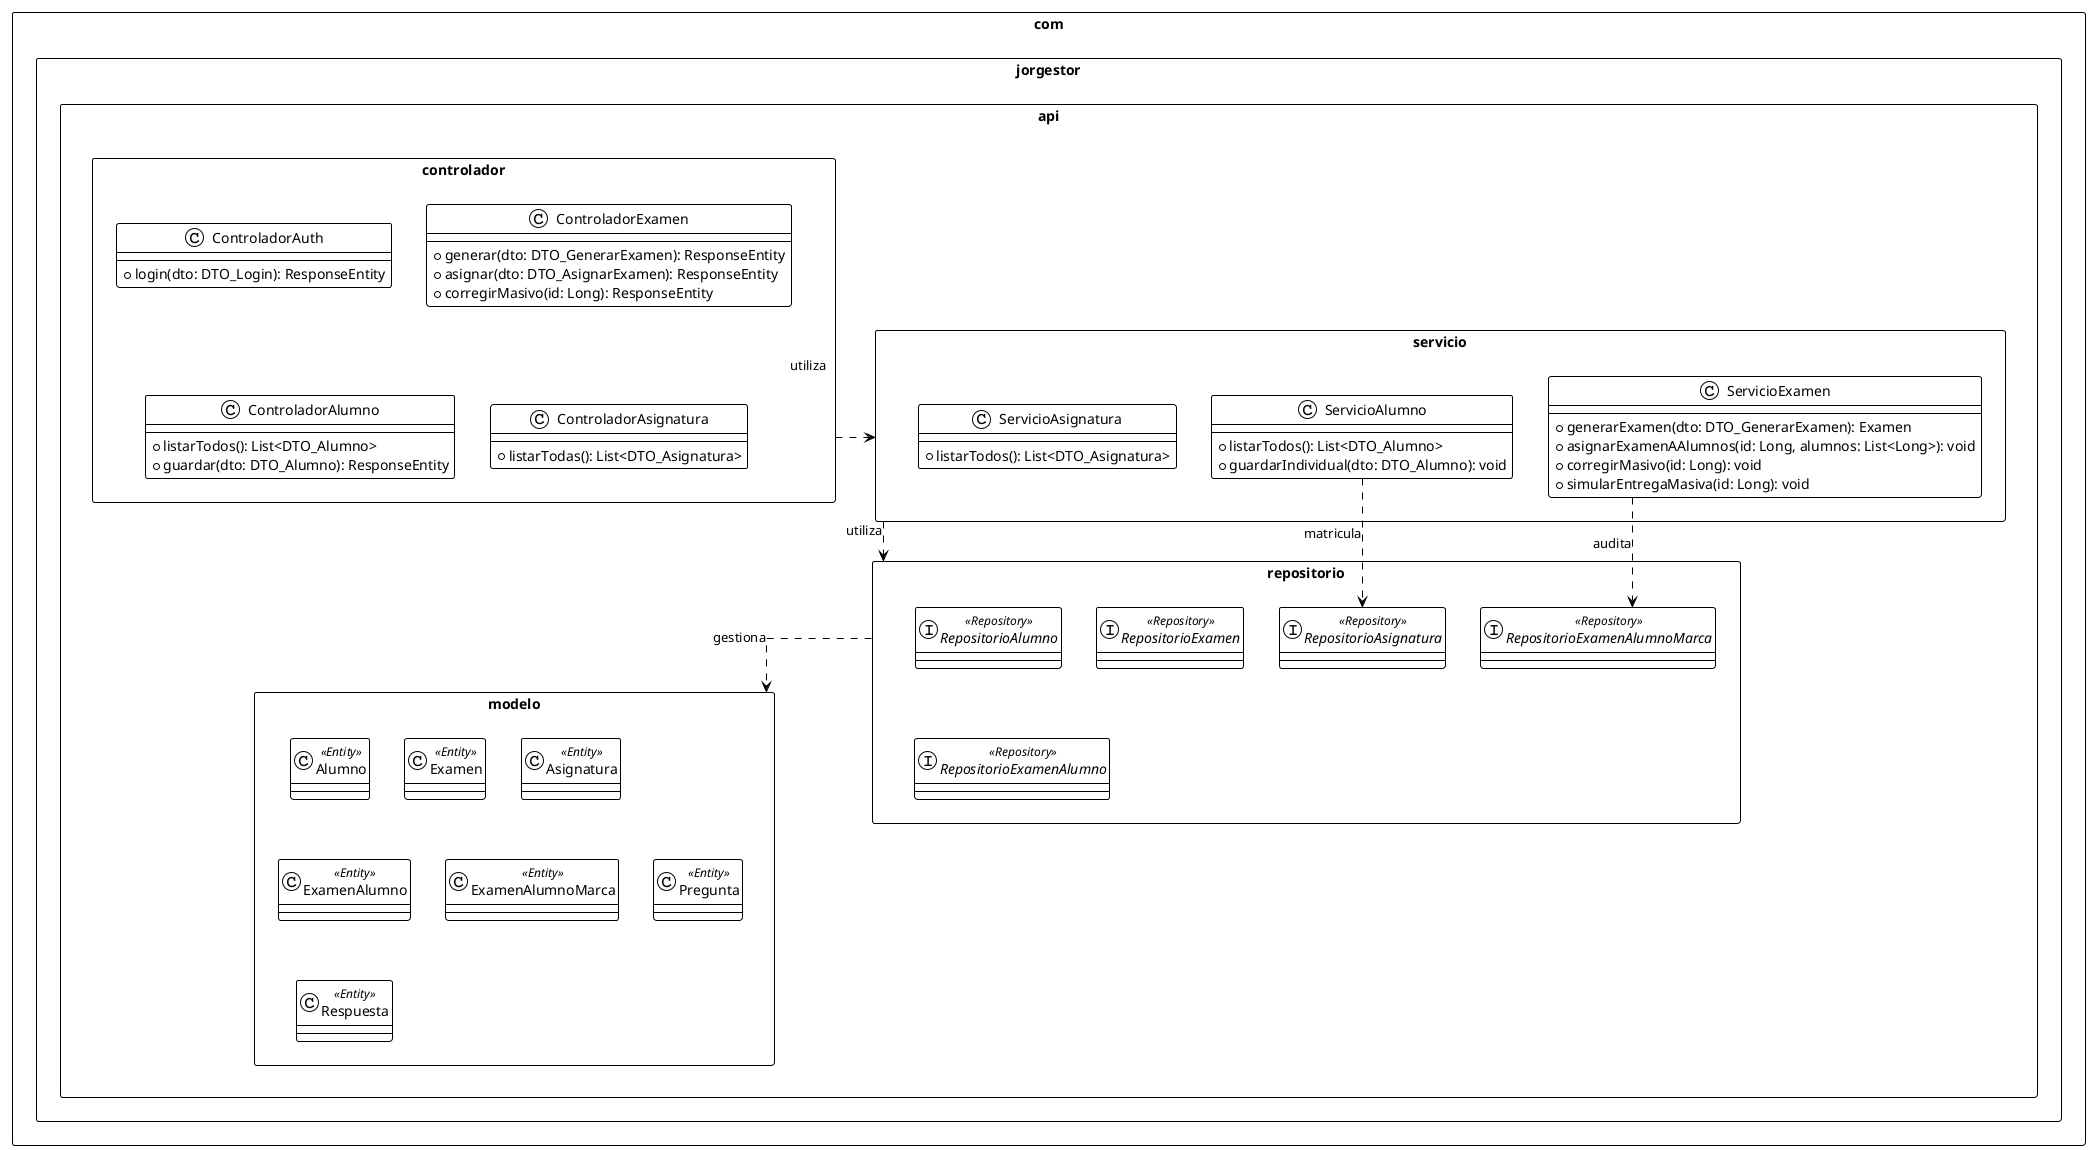
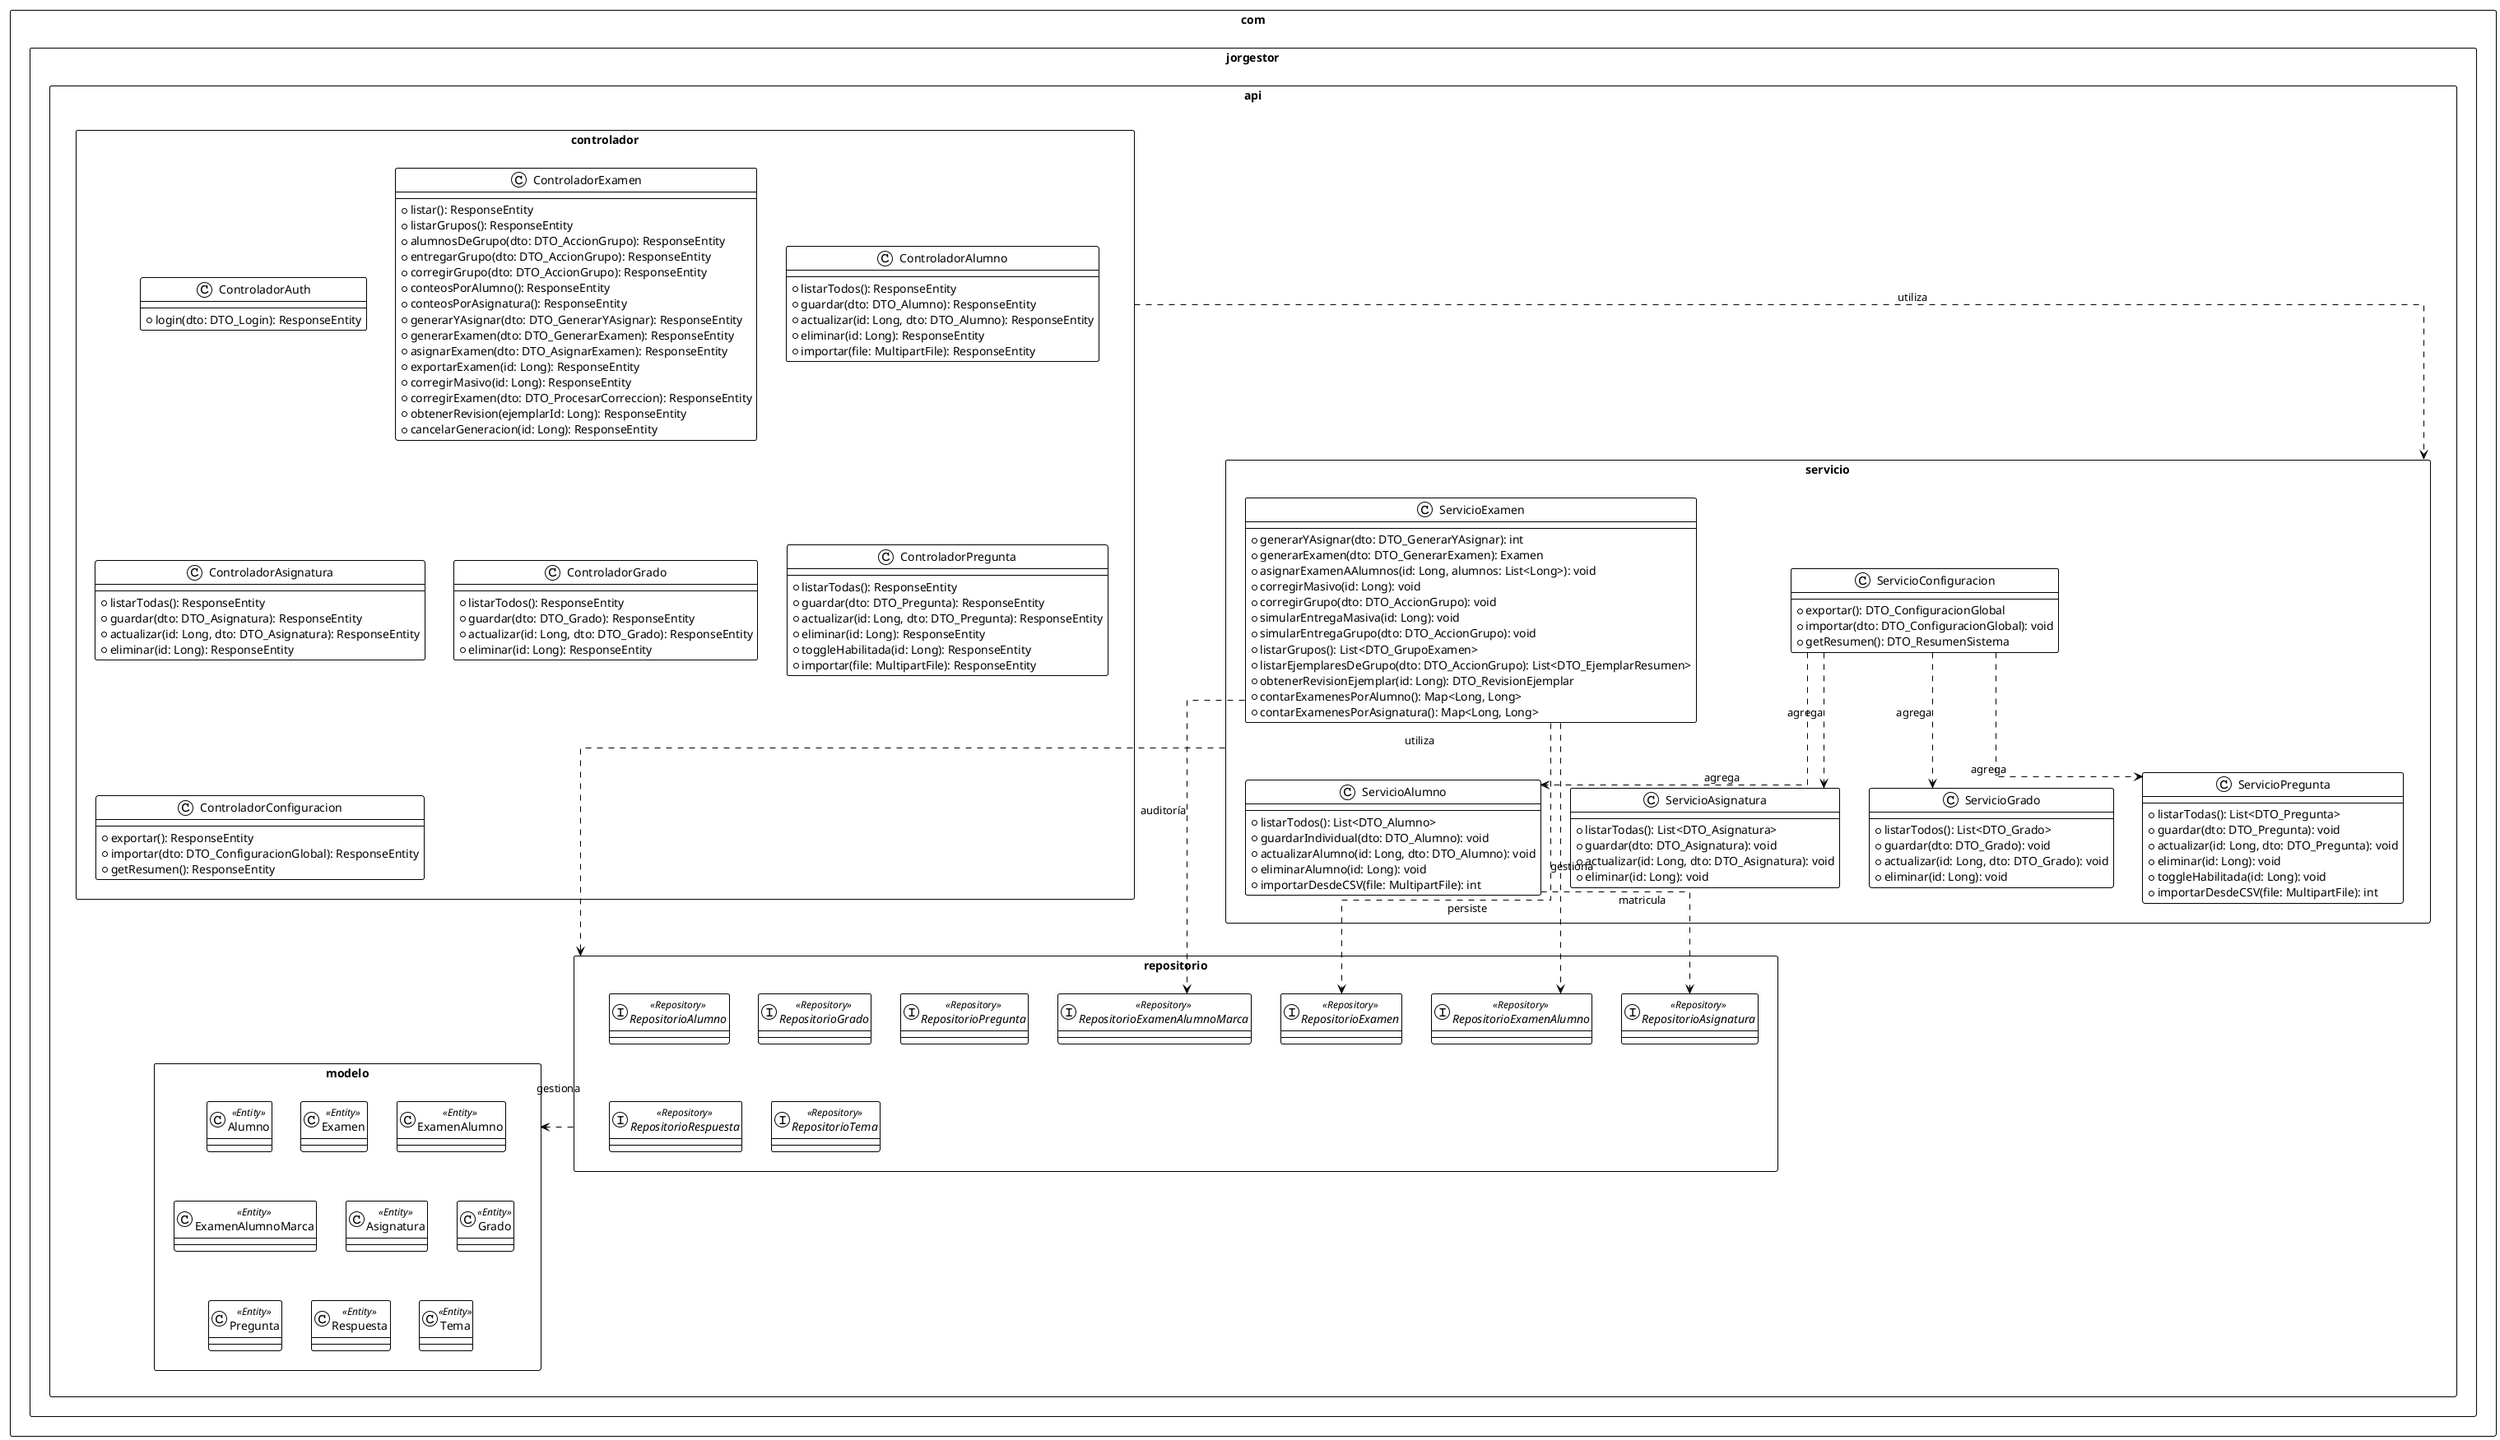
@startuml
!theme plain
skinparam Linetype ortho
skinparam packageStyle rectangle

package "com.jorgestor.api" {
    package "controlador" {
        class ControladorAuth {
            + login(dto: DTO_Login): ResponseEntity
        }
        class ControladorExamen {
-             + generar(dto: DTO_GenerarExamen): ResponseEntity
-             + asignar(dto: DTO_AsignarExamen): ResponseEntity
+             + listar(): ResponseEntity
+             + listarGrupos(): ResponseEntity
+             + alumnosDeGrupo(dto: DTO_AccionGrupo): ResponseEntity
+             + entregarGrupo(dto: DTO_AccionGrupo): ResponseEntity
+             + corregirGrupo(dto: DTO_AccionGrupo): ResponseEntity
+             + conteosPorAlumno(): ResponseEntity
+             + conteosPorAsignatura(): ResponseEntity
+             + generarYAsignar(dto: DTO_GenerarYAsignar): ResponseEntity
+             + generarExamen(dto: DTO_GenerarExamen): ResponseEntity
+             + asignarExamen(dto: DTO_AsignarExamen): ResponseEntity
+             + exportarExamen(id: Long): ResponseEntity
            + corregirMasivo(id: Long): ResponseEntity
+             + corregirExamen(dto: DTO_ProcesarCorreccion): ResponseEntity
+             + obtenerRevision(ejemplarId: Long): ResponseEntity
+             + cancelarGeneracion(id: Long): ResponseEntity
        }
        class ControladorAlumno {
-             + listarTodos(): List<DTO_Alumno>
+             + listarTodos(): ResponseEntity
            + guardar(dto: DTO_Alumno): ResponseEntity
+             + actualizar(id: Long, dto: DTO_Alumno): ResponseEntity
+             + eliminar(id: Long): ResponseEntity
+             + importar(file: MultipartFile): ResponseEntity
        }
        class ControladorAsignatura {
-             + listarTodas(): List<DTO_Asignatura>
+             + listarTodas(): ResponseEntity
+             + guardar(dto: DTO_Asignatura): ResponseEntity
+             + actualizar(id: Long, dto: DTO_Asignatura): ResponseEntity
+             + eliminar(id: Long): ResponseEntity
+         }
+         class ControladorGrado {
+             + listarTodos(): ResponseEntity
+             + guardar(dto: DTO_Grado): ResponseEntity
+             + actualizar(id: Long, dto: DTO_Grado): ResponseEntity
+             + eliminar(id: Long): ResponseEntity
+         }
+         class ControladorPregunta {
+             + listarTodas(): ResponseEntity
+             + guardar(dto: DTO_Pregunta): ResponseEntity
+             + actualizar(id: Long, dto: DTO_Pregunta): ResponseEntity
+             + eliminar(id: Long): ResponseEntity
+             + toggleHabilitada(id: Long): ResponseEntity
+             + importar(file: MultipartFile): ResponseEntity
+         }
+         class ControladorConfiguracion {
+             + exportar(): ResponseEntity
+             + importar(dto: DTO_ConfiguracionGlobal): ResponseEntity
+             + getResumen(): ResponseEntity
        }
    }

    package "servicio" {
        class ServicioExamen {
+             + generarYAsignar(dto: DTO_GenerarYAsignar): int
            + generarExamen(dto: DTO_GenerarExamen): Examen
            + asignarExamenAAlumnos(id: Long, alumnos: List<Long>): void
            + corregirMasivo(id: Long): void
+             + corregirGrupo(dto: DTO_AccionGrupo): void
            + simularEntregaMasiva(id: Long): void
+             + simularEntregaGrupo(dto: DTO_AccionGrupo): void
+             + listarGrupos(): List<DTO_GrupoExamen>
+             + listarEjemplaresDeGrupo(dto: DTO_AccionGrupo): List<DTO_EjemplarResumen>
+             + obtenerRevisionEjemplar(id: Long): DTO_RevisionEjemplar
+             + contarExamenesPorAlumno(): Map<Long, Long>
+             + contarExamenesPorAsignatura(): Map<Long, Long>
        }
- 
        class ServicioAlumno {
            + listarTodos(): List<DTO_Alumno>
            + guardarIndividual(dto: DTO_Alumno): void
+             + actualizarAlumno(id: Long, dto: DTO_Alumno): void
+             + eliminarAlumno(id: Long): void
+             + importarDesdeCSV(file: MultipartFile): int
        }
- 
        class ServicioAsignatura {
-             + listarTodos(): List<DTO_Asignatura>
+             + listarTodas(): List<DTO_Asignatura>
+             + guardar(dto: DTO_Asignatura): void
+             + actualizar(id: Long, dto: DTO_Asignatura): void
+             + eliminar(id: Long): void
+         }
+         class ServicioGrado {
+             + listarTodos(): List<DTO_Grado>
+             + guardar(dto: DTO_Grado): void
+             + actualizar(id: Long, dto: DTO_Grado): void
+             + eliminar(id: Long): void
+         }
+         class ServicioPregunta {
+             + listarTodas(): List<DTO_Pregunta>
+             + guardar(dto: DTO_Pregunta): void
+             + actualizar(id: Long, dto: DTO_Pregunta): void
+             + eliminar(id: Long): void
+             + toggleHabilitada(id: Long): void
+             + importarDesdeCSV(file: MultipartFile): int
+         }
+         class ServicioConfiguracion {
+             + exportar(): DTO_ConfiguracionGlobal
+             + importar(dto: DTO_ConfiguracionGlobal): void
+             + getResumen(): DTO_ResumenSistema
        }
    }

    package "repositorio" {
        interface RepositorioAlumno <<Repository>>
        interface RepositorioExamen <<Repository>>
        interface RepositorioExamenAlumno <<Repository>>
+         interface RepositorioExamenAlumnoMarca <<Repository>>
        interface RepositorioAsignatura <<Repository>>
-         interface RepositorioExamenAlumnoMarca <<Repository>>
+         interface RepositorioGrado <<Repository>>
+         interface RepositorioPregunta <<Repository>>
+         interface RepositorioRespuesta <<Repository>>
+         interface RepositorioTema <<Repository>>
    }

    package "modelo" {
        class Alumno <<Entity>>
        class Examen <<Entity>>
-         class Asignatura <<Entity>>
        class ExamenAlumno <<Entity>>
        class ExamenAlumnoMarca <<Entity>>
+         class Asignatura <<Entity>>
+         class Grado <<Entity>>
        class Pregunta <<Entity>>
        class Respuesta <<Entity>>
+         class Tema <<Entity>>
    }
}

' Relaciones entre capas
controlador ..> servicio : utiliza
servicio ..> repositorio : utiliza
repositorio ..> modelo : gestiona

- ' Relaciones de colaboración
- ServicioExamen ..> RepositorioExamenAlumnoMarca : audita
+ ' Relaciones de servicio destacadas
+ ServicioExamen ..> RepositorioExamenAlumnoMarca : auditoría
+ ServicioExamen ..> RepositorioExamen : persiste
+ ServicioExamen ..> RepositorioExamenAlumno : gestiona
ServicioAlumno ..> RepositorioAsignatura : matricula
+ ServicioConfiguracion ..> ServicioGrado : agrega
+ ServicioConfiguracion ..> ServicioAsignatura : agrega
+ ServicioConfiguracion ..> ServicioAlumno : agrega
+ ServicioConfiguracion ..> ServicioPregunta : agrega
@enduml
